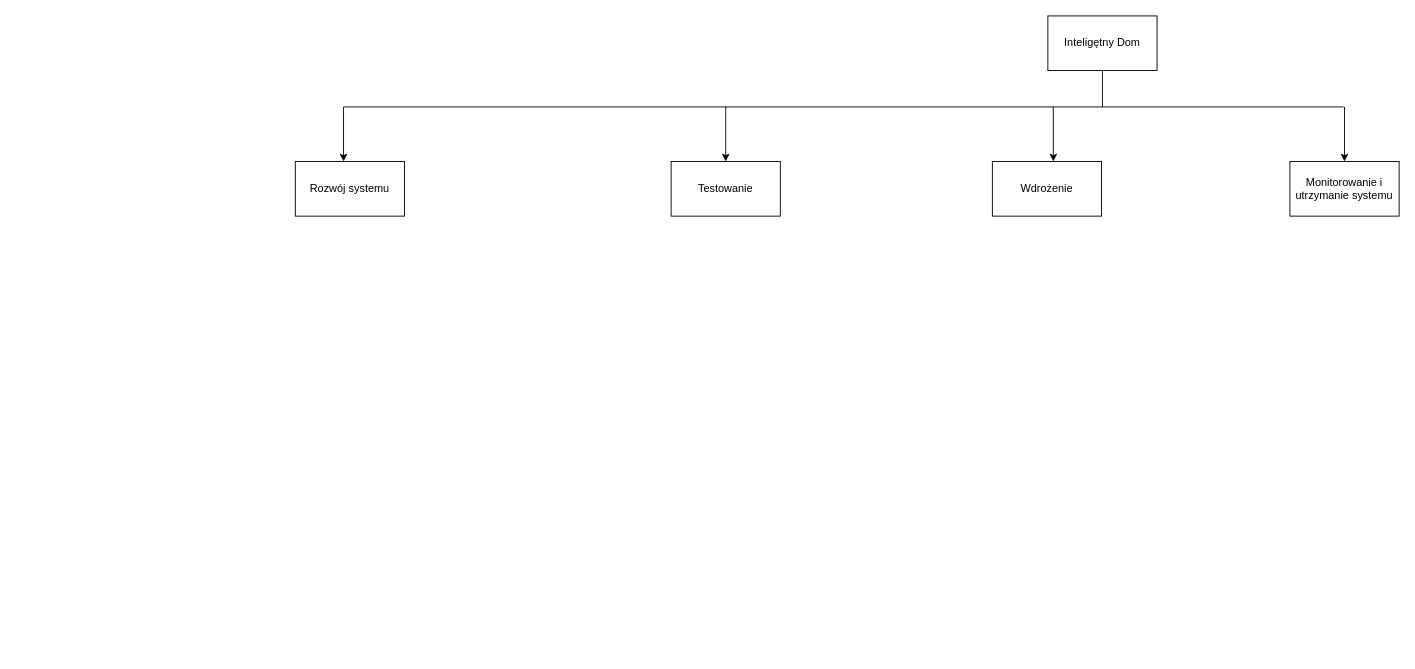
Above: Diagram bez tytułu.drawio in julian428/wbs (draw.io), before the change. Source tidied: cells renumbered, new cells numbered last; positions are measured from the earlier drawing's top-left corner, leaving out a move shared by most shapes. Both pictures are drawn from the tidied source at 91%, with x=0, y=0 at pixel (295, 15).
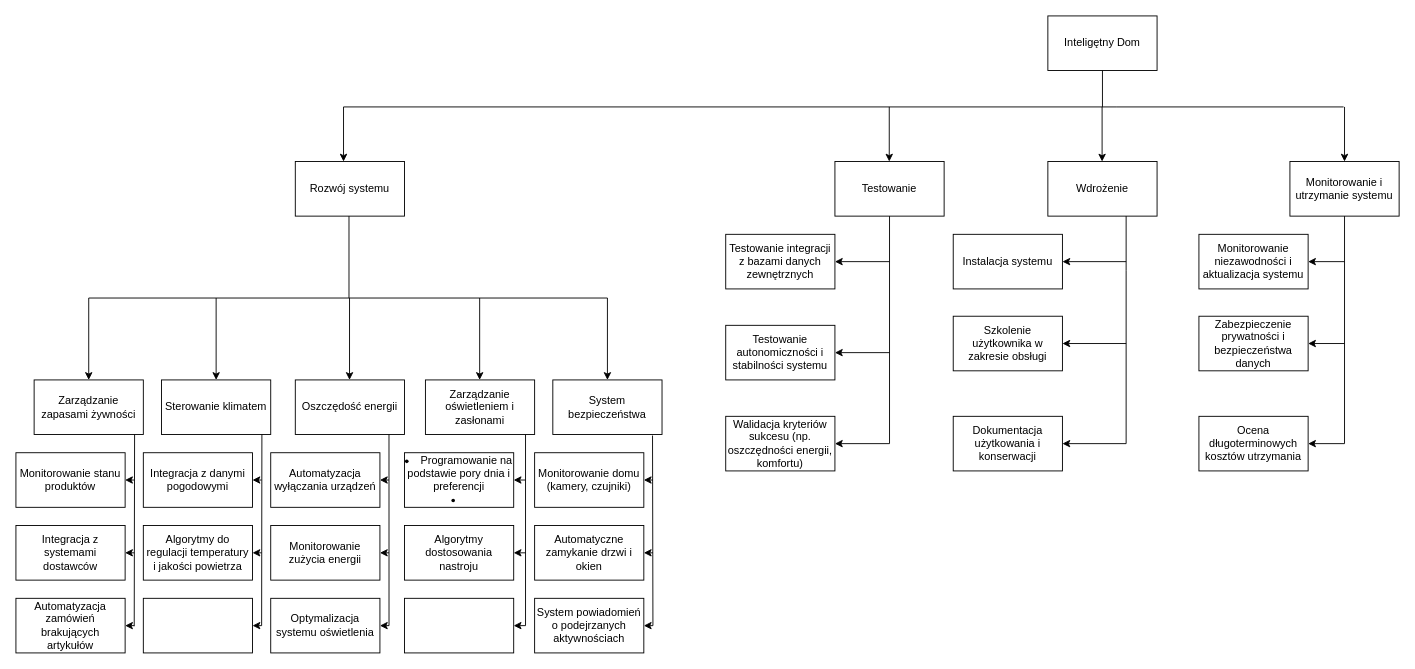
Above is the later version.

Unchanged cells that the change refers to:
```xml
<mxCell id="12" value="Monitorowanie i utrzymanie systemu" style="rounded=0;whiteSpace=wrap;html=1;" parent="1" vertex="1">
  <mxGeometry x="1093" y="160" width="120" height="60" as="geometry" />
</mxCell>
```

The edit, as a diff of the source:
```diff
@@
     <mxCell id="6" style="endArrow=classic;html=1;rounded=0;" parent="1" edge="1">
       <mxGeometry relative="1" as="geometry">
-        <mxPoint x="473" y="100" as="sourcePoint" />
-        <mxPoint x="473" y="160" as="targetPoint" />
+        <mxPoint x="652.7" y="100" as="sourcePoint" />
+        <mxPoint x="652.7" y="160" as="targetPoint" />
       </mxGeometry>
     </mxCell>
     <mxCell id="7" style="endArrow=classic;html=1;rounded=0;" parent="1" edge="1">
       <mxGeometry relative="1" as="geometry">
-        <mxPoint x="833" y="100" as="sourcePoint" />
-        <mxPoint x="833" y="160" as="targetPoint" />
+        <mxPoint x="886.6" y="100" as="sourcePoint" />
+        <mxPoint x="886.6" y="160" as="targetPoint" />
       </mxGeometry>
     </mxCell>
@@
     <mxCell id="10" value="Testowanie" style="rounded=0;whiteSpace=wrap;html=1;" parent="1" vertex="1">
-      <mxGeometry x="413" y="160" width="120" height="60" as="geometry" />
+      <mxGeometry x="593" y="160" width="120" height="60" as="geometry" />
     </mxCell>
     <mxCell id="11" value="Wdrożenie" style="rounded=0;whiteSpace=wrap;html=1;" parent="1" vertex="1">
-      <mxGeometry x="766" y="160" width="120" height="60" as="geometry" />
+      <mxGeometry x="827" y="160" width="120" height="60" as="geometry" />
     </mxCell>
@@
+    <mxCell id="13" style="endArrow=none;html=1;rounded=0;" parent="1" edge="1">
+      <mxGeometry relative="1" as="geometry">
+        <mxPoint x="59" y="310" as="sourcePoint" />
+        <mxPoint x="59" y="220" as="targetPoint" />
+      </mxGeometry>
+    </mxCell>
+    <mxCell id="14" style="endArrow=none;html=1;rounded=0;" parent="1" edge="1">
+      <mxGeometry relative="1" as="geometry">
+        <mxPoint x="-227" y="310" as="sourcePoint" />
+        <mxPoint x="343" y="310" as="targetPoint" />
+      </mxGeometry>
+    </mxCell>
+    <mxCell id="15" style="endArrow=classic;html=1;rounded=0;" parent="1" edge="1">
+      <mxGeometry relative="1" as="geometry">
+        <mxPoint x="-227" y="310" as="sourcePoint" />
+        <mxPoint x="-227" y="400" as="targetPoint" />
+      </mxGeometry>
+    </mxCell>
+    <mxCell id="16" style="endArrow=classic;html=1;rounded=0;" parent="1" edge="1">
+      <mxGeometry relative="1" as="geometry">
+        <mxPoint x="343" y="310" as="sourcePoint" />
+        <mxPoint x="343" y="400" as="targetPoint" />
+      </mxGeometry>
+    </mxCell>
+    <mxCell id="17" style="endArrow=classic;html=1;rounded=0;" parent="1" edge="1">
+      <mxGeometry relative="1" as="geometry">
+        <mxPoint x="-87" y="310" as="sourcePoint" />
+        <mxPoint x="-87" y="400" as="targetPoint" />
+      </mxGeometry>
+    </mxCell>
+    <mxCell id="18" style="endArrow=classic;html=1;rounded=0;" parent="1" edge="1">
+      <mxGeometry relative="1" as="geometry">
+        <mxPoint x="202.6" y="310" as="sourcePoint" />
+        <mxPoint x="202.6" y="400" as="targetPoint" />
+      </mxGeometry>
+    </mxCell>
+    <mxCell id="19" style="endArrow=classic;html=1;rounded=0;" parent="1" edge="1">
+      <mxGeometry relative="1" as="geometry">
+        <mxPoint x="59.6" y="310" as="sourcePoint" />
+        <mxPoint x="59.6" y="400" as="targetPoint" />
+      </mxGeometry>
+    </mxCell>
+    <mxCell id="20" value="Zarządzanie zapasami żywności" style="rounded=0;whiteSpace=wrap;html=1;" parent="1" vertex="1">
+      <mxGeometry x="-287" y="400" width="120" height="60" as="geometry" />
+    </mxCell>
+    <mxCell id="21" value="Sterowanie klimatem" style="rounded=0;whiteSpace=wrap;html=1;" parent="1" vertex="1">
+      <mxGeometry x="-147" y="400" width="120" height="60" as="geometry" />
+    </mxCell>
+    <mxCell id="22" value="Oszczędość energii" style="rounded=0;whiteSpace=wrap;html=1;" parent="1" vertex="1">
+      <mxGeometry y="400" width="120" height="60" as="geometry" />
+    </mxCell>
+    <mxCell id="23" value="Zarządzanie oświetleniem i zasłonami" style="rounded=0;whiteSpace=wrap;html=1;" parent="1" vertex="1">
+      <mxGeometry x="143" y="400" width="120" height="60" as="geometry" />
+    </mxCell>
+    <mxCell id="24" value="System bezpieczeństwa" style="rounded=0;whiteSpace=wrap;html=1;" parent="1" vertex="1">
+      <mxGeometry x="283" y="400" width="120" height="60" as="geometry" />
+    </mxCell>
+    <mxCell id="25" style="endArrow=none;html=1;rounded=0;entryX=0.5;entryY=1;entryDx=0;entryDy=0;" parent="1" edge="1" target="10">
+      <mxGeometry relative="1" as="geometry">
+        <mxPoint x="653" y="470" as="sourcePoint" />
+      </mxGeometry>
+    </mxCell>
+    <mxCell id="26" value="Testowanie integracji z bazami danych zewnętrznych" style="rounded=0;whiteSpace=wrap;html=1;" parent="1" vertex="1">
+      <mxGeometry x="473" y="240" width="120" height="60" as="geometry" />
+    </mxCell>
+    <mxCell id="27" value="Testowanie autonomiczności i stabilności systemu" style="rounded=0;whiteSpace=wrap;html=1;" parent="1" vertex="1">
+      <mxGeometry x="473" y="340" width="120" height="60" as="geometry" />
+    </mxCell>
+    <mxCell id="28" value="Walidacja kryteriów sukcesu (np. oszczędności energii, komfortu)" style="rounded=0;whiteSpace=wrap;html=1;" parent="1" vertex="1">
+      <mxGeometry x="473" y="440" width="120" height="60" as="geometry" />
+    </mxCell>
+    <mxCell id="29" style="endArrow=classic;html=1;rounded=0;entryX=1;entryY=0.5;entryDx=0;entryDy=0;" parent="1" edge="1" target="26">
+      <mxGeometry relative="1" as="geometry">
+        <mxPoint x="653" y="270" as="sourcePoint" />
+      </mxGeometry>
+    </mxCell>
+    <mxCell id="30" style="endArrow=classic;html=1;rounded=0;entryX=1;entryY=0.5;entryDx=0;entryDy=0;" parent="1" edge="1" target="27">
+      <mxGeometry relative="1" as="geometry">
+        <mxPoint x="653" y="370" as="sourcePoint" />
+      </mxGeometry>
+    </mxCell>
+    <mxCell id="31" style="endArrow=classic;html=1;rounded=0;entryX=1;entryY=0.5;entryDx=0;entryDy=0;" parent="1" edge="1" target="28">
+      <mxGeometry relative="1" as="geometry">
+        <mxPoint x="653" y="470" as="sourcePoint" />
+      </mxGeometry>
+    </mxCell>
+    <mxCell id="32" style="endArrow=none;html=1;rounded=0;entryX=0.5;entryY=1;entryDx=0;entryDy=0;" parent="1" edge="1">
+      <mxGeometry relative="1" as="geometry">
+        <mxPoint x="913" y="470" as="sourcePoint" />
+        <mxPoint x="913" y="220" as="targetPoint" />
+        <Array as="points">
+          <mxPoint x="913" y="280" />
+        </Array>
+      </mxGeometry>
+    </mxCell>
+    <mxCell id="33" value="Instalacja systemu" style="rounded=0;whiteSpace=wrap;html=1;" parent="1" vertex="1">
+      <mxGeometry x="723" y="240" width="120" height="60" as="geometry" />
+    </mxCell>
+    <mxCell id="34" value="Szkolenie użytkownika w zakresie obsługi" style="rounded=0;whiteSpace=wrap;html=1;" parent="1" vertex="1">
+      <mxGeometry x="723" y="330" width="120" height="60" as="geometry" />
+    </mxCell>
+    <mxCell id="35" value="Dokumentacja użytkowania i konserwacji" style="rounded=0;whiteSpace=wrap;html=1;" parent="1" vertex="1">
+      <mxGeometry x="723" y="440" width="120" height="60" as="geometry" />
+    </mxCell>
+    <mxCell id="36" style="endArrow=classic;html=1;rounded=0;entryX=1;entryY=0.5;entryDx=0;entryDy=0;" parent="1" edge="1" target="33">
+      <mxGeometry relative="1" as="geometry">
+        <mxPoint x="913" y="270" as="sourcePoint" />
+      </mxGeometry>
+    </mxCell>
+    <mxCell id="37" style="endArrow=classic;html=1;rounded=0;entryX=1;entryY=0.5;entryDx=0;entryDy=0;" parent="1" edge="1" target="34">
+      <mxGeometry relative="1" as="geometry">
+        <mxPoint x="913" y="360" as="sourcePoint" />
+      </mxGeometry>
+    </mxCell>
+    <mxCell id="38" style="endArrow=classic;html=1;rounded=0;entryX=1;entryY=0.5;entryDx=0;entryDy=0;" parent="1" edge="1" target="35">
+      <mxGeometry relative="1" as="geometry">
+        <mxPoint x="913" y="470" as="sourcePoint" />
+      </mxGeometry>
+    </mxCell>
+    <mxCell id="39" value="Monitorowanie niezawodności i aktualizacja systemu" style="rounded=0;whiteSpace=wrap;html=1;" parent="1" vertex="1">
+      <mxGeometry x="993" y="240" width="120" height="60" as="geometry" />
+    </mxCell>
+    <mxCell id="40" style="endArrow=none;html=1;rounded=0;exitX=0.5;exitY=1;exitDx=0;exitDy=0;" parent="1" edge="1" source="12">
+      <mxGeometry relative="1" as="geometry">
+        <mxPoint x="1153" y="470" as="targetPoint" />
+      </mxGeometry>
+    </mxCell>
+    <mxCell id="41" value="Zabezpieczenie prywatności i bezpieczeństwa danych" style="rounded=0;whiteSpace=wrap;html=1;" parent="1" vertex="1">
+      <mxGeometry x="993" y="330" width="120" height="60" as="geometry" />
+    </mxCell>
+    <mxCell id="42" value="Ocena długoterminowych kosztów utrzymania" style="rounded=0;whiteSpace=wrap;html=1;" parent="1" vertex="1">
+      <mxGeometry x="993" y="440" width="120" height="60" as="geometry" />
+    </mxCell>
+    <mxCell id="43" style="endArrow=classic;html=1;rounded=0;entryX=1;entryY=0.5;entryDx=0;entryDy=0;" parent="1" edge="1" target="39">
+      <mxGeometry relative="1" as="geometry">
+        <mxPoint x="1153" y="270" as="sourcePoint" />
+      </mxGeometry>
+    </mxCell>
+    <mxCell id="44" style="endArrow=classic;html=1;rounded=0;entryX=1;entryY=0.5;entryDx=0;entryDy=0;" parent="1" edge="1" target="41">
+      <mxGeometry relative="1" as="geometry">
+        <mxPoint x="1153" y="360" as="sourcePoint" />
+      </mxGeometry>
+    </mxCell>
+    <mxCell id="45" style="endArrow=classic;html=1;rounded=0;entryX=1;entryY=0.5;entryDx=0;entryDy=0;" parent="1" edge="1" target="42">
+      <mxGeometry relative="1" as="geometry">
+        <mxPoint x="1153" y="470" as="sourcePoint" />
+      </mxGeometry>
+    </mxCell>
+    <mxCell id="46" value="Monitorowanie stanu produktów" style="rounded=0;whiteSpace=wrap;html=1;" parent="1" vertex="1">
+      <mxGeometry x="-307" y="480" width="120" height="60" as="geometry" />
+    </mxCell>
+    <mxCell id="47" value="Integracja z danymi pogodowymi" style="rounded=0;whiteSpace=wrap;html=1;" parent="1" vertex="1">
+      <mxGeometry x="-167" y="480" width="120" height="60" as="geometry" />
+    </mxCell>
+    <mxCell id="48" value="Automatyzacja wyłączania urządzeń" style="rounded=0;whiteSpace=wrap;html=1;" parent="1" vertex="1">
+      <mxGeometry x="-27" y="480" width="120" height="60" as="geometry" />
+    </mxCell>
+    <mxCell id="49" value="&lt;li&gt;Programowanie na podstawie pory dnia i preferencji&lt;/li&gt;&lt;li&gt;&lt;/li&gt;" style="rounded=0;whiteSpace=wrap;html=1;" parent="1" vertex="1">
+      <mxGeometry x="120" y="480" width="120" height="60" as="geometry" />
+    </mxCell>
+    <mxCell id="50" value="Monitorowanie domu (kamery, czujniki)" style="rounded=0;whiteSpace=wrap;html=1;" parent="1" vertex="1">
+      <mxGeometry x="263" y="480" width="120" height="60" as="geometry" />
+    </mxCell>
+    <mxCell id="51" value="Integracja z systemami dostawców" style="rounded=0;whiteSpace=wrap;html=1;" parent="1" vertex="1">
+      <mxGeometry x="-307" y="560" width="120" height="60" as="geometry" />
+    </mxCell>
+    <mxCell id="52" value="Automatyzacja zamówień brakujących artykułów" style="rounded=0;whiteSpace=wrap;html=1;" parent="1" vertex="1">
+      <mxGeometry x="-307" y="640" width="120" height="60" as="geometry" />
+    </mxCell>
+    <mxCell id="53" value="Algorytmy do regulacji temperatury i jakości powietrza" style="rounded=0;whiteSpace=wrap;html=1;" parent="1" vertex="1">
+      <mxGeometry x="-167" y="560" width="120" height="60" as="geometry" />
+    </mxCell>
+    <mxCell id="54" style="rounded=0;whiteSpace=wrap;html=1;" parent="1" vertex="1">
+      <mxGeometry x="-167" y="640" width="120" height="60" as="geometry" />
+    </mxCell>
+    <mxCell id="55" value="Monitorowanie zużycia energii" style="rounded=0;whiteSpace=wrap;html=1;" parent="1" vertex="1">
+      <mxGeometry x="-27" y="560" width="120" height="60" as="geometry" />
+    </mxCell>
+    <mxCell id="56" value="Optymalizacja systemu oświetlenia" style="rounded=0;whiteSpace=wrap;html=1;" parent="1" vertex="1">
+      <mxGeometry x="-27" y="640" width="120" height="60" as="geometry" />
+    </mxCell>
+    <mxCell id="57" value="Algorytmy dostosowania nastroju" style="rounded=0;whiteSpace=wrap;html=1;" parent="1" vertex="1">
+      <mxGeometry x="120" y="560" width="120" height="60" as="geometry" />
+    </mxCell>
+    <mxCell id="58" style="rounded=0;whiteSpace=wrap;html=1;" parent="1" vertex="1">
+      <mxGeometry x="120" y="640" width="120" height="60" as="geometry" />
+    </mxCell>
+    <mxCell id="59" value="Automatyczne zamykanie drzwi i okien" style="rounded=0;whiteSpace=wrap;html=1;" parent="1" vertex="1">
+      <mxGeometry x="263" y="560" width="120" height="60" as="geometry" />
+    </mxCell>
+    <mxCell id="60" value="System powiadomień o podejrzanych aktywnościach" style="rounded=0;whiteSpace=wrap;html=1;" parent="1" vertex="1">
+      <mxGeometry x="263" y="640" width="120" height="60" as="geometry" />
+    </mxCell>
+    <mxCell id="61" style="endArrow=none;html=1;rounded=0;entryX=0.953;entryY=0.989;entryDx=0;entryDy=0;entryPerimeter=0;" parent="1" edge="1">
+      <mxGeometry relative="1" as="geometry">
+        <mxPoint x="-177" y="670.7" as="sourcePoint" />
+        <mxPoint x="-176.6" y="460" as="targetPoint" />
+      </mxGeometry>
+    </mxCell>
+    <mxCell id="62" style="endArrow=none;html=1;rounded=0;entryX=0.944;entryY=1.025;entryDx=0;entryDy=0;entryPerimeter=0;" parent="1" edge="1">
+      <mxGeometry relative="1" as="geometry">
+        <mxPoint x="-37" y="670" as="sourcePoint" />
+        <mxPoint x="-36.7" y="460" as="targetPoint" />
+      </mxGeometry>
+    </mxCell>
+    <mxCell id="63" style="endArrow=none;html=1;rounded=0;entryX=0.858;entryY=1;entryDx=0;entryDy=0;entryPerimeter=0;" parent="1" edge="1" target="22">
+      <mxGeometry relative="1" as="geometry">
+        <mxPoint x="103" y="670" as="sourcePoint" />
+      </mxGeometry>
+    </mxCell>
+    <mxCell id="64" style="endArrow=none;html=1;rounded=0;entryX=0.957;entryY=1.008;entryDx=0;entryDy=0;entryPerimeter=0;" parent="1" edge="1">
+      <mxGeometry relative="1" as="geometry">
+        <mxPoint x="253" y="670" as="sourcePoint" />
+        <mxPoint x="253" y="460" as="targetPoint" />
+      </mxGeometry>
+    </mxCell>
+    <mxCell id="65" style="endArrow=none;html=1;rounded=0;entryX=0.913;entryY=1.019;entryDx=0;entryDy=0;entryPerimeter=0;" parent="1" edge="1" target="24">
+      <mxGeometry relative="1" as="geometry">
+        <mxPoint x="393" y="670" as="sourcePoint" />
+      </mxGeometry>
+    </mxCell>
+    <mxCell id="66" style="endArrow=classic;html=1;rounded=0;entryX=1;entryY=0.5;entryDx=0;entryDy=0;" parent="1" edge="1" target="46">
+      <mxGeometry relative="1" as="geometry">
+        <mxPoint x="-177" y="510" as="sourcePoint" />
+      </mxGeometry>
+    </mxCell>
+    <mxCell id="67" style="endArrow=classic;html=1;rounded=0;entryX=1;entryY=0.5;entryDx=0;entryDy=0;" parent="1" edge="1" target="51">
+      <mxGeometry relative="1" as="geometry">
+        <mxPoint x="-177" y="590" as="sourcePoint" />
+      </mxGeometry>
+    </mxCell>
+    <mxCell id="68" style="endArrow=classic;html=1;rounded=0;entryX=1;entryY=0.5;entryDx=0;entryDy=0;" parent="1" edge="1" target="52">
+      <mxGeometry relative="1" as="geometry">
+        <mxPoint x="-177" y="670" as="sourcePoint" />
+      </mxGeometry>
+    </mxCell>
+    <mxCell id="69" style="endArrow=classic;html=1;rounded=0;entryX=1;entryY=0.5;entryDx=0;entryDy=0;" parent="1" edge="1" target="47">
+      <mxGeometry relative="1" as="geometry">
+        <mxPoint x="-37" y="510" as="sourcePoint" />
+      </mxGeometry>
+    </mxCell>
+    <mxCell id="70" style="endArrow=classic;html=1;rounded=0;entryX=1;entryY=0.5;entryDx=0;entryDy=0;" parent="1" edge="1" target="53">
+      <mxGeometry relative="1" as="geometry">
+        <mxPoint x="-37" y="590" as="sourcePoint" />
+      </mxGeometry>
+    </mxCell>
+    <mxCell id="71" style="endArrow=classic;html=1;rounded=0;entryX=1;entryY=0.5;entryDx=0;entryDy=0;" parent="1" edge="1" target="54">
+      <mxGeometry relative="1" as="geometry">
+        <mxPoint x="-37" y="670" as="sourcePoint" />
+      </mxGeometry>
+    </mxCell>
+    <mxCell id="72" style="endArrow=classic;html=1;rounded=0;entryX=1;entryY=0.5;entryDx=0;entryDy=0;" parent="1" edge="1" target="48">
+      <mxGeometry relative="1" as="geometry">
+        <mxPoint x="103" y="510" as="sourcePoint" />
+      </mxGeometry>
+    </mxCell>
+    <mxCell id="73" style="endArrow=classic;html=1;rounded=0;entryX=1;entryY=0.5;entryDx=0;entryDy=0;" parent="1" edge="1" target="55">
+      <mxGeometry relative="1" as="geometry">
+        <mxPoint x="103" y="590" as="sourcePoint" />
+      </mxGeometry>
+    </mxCell>
+    <mxCell id="74" style="endArrow=classic;html=1;rounded=0;entryX=1;entryY=0.5;entryDx=0;entryDy=0;" parent="1" edge="1" target="56">
+      <mxGeometry relative="1" as="geometry">
+        <mxPoint x="103" y="670" as="sourcePoint" />
+      </mxGeometry>
+    </mxCell>
+    <mxCell id="75" style="endArrow=classic;html=1;rounded=0;entryX=1;entryY=0.5;entryDx=0;entryDy=0;" parent="1" edge="1" target="49">
+      <mxGeometry relative="1" as="geometry">
+        <mxPoint x="253" y="510" as="sourcePoint" />
+      </mxGeometry>
+    </mxCell>
+    <mxCell id="76" style="endArrow=classic;html=1;rounded=0;entryX=1;entryY=0.5;entryDx=0;entryDy=0;" parent="1" edge="1" target="57">
+      <mxGeometry relative="1" as="geometry">
+        <mxPoint x="253" y="590" as="sourcePoint" />
+      </mxGeometry>
+    </mxCell>
+    <mxCell id="77" style="endArrow=classic;html=1;rounded=0;entryX=1;entryY=0.5;entryDx=0;entryDy=0;" parent="1" edge="1" target="58">
+      <mxGeometry relative="1" as="geometry">
+        <mxPoint x="253" y="670" as="sourcePoint" />
+      </mxGeometry>
+    </mxCell>
+    <mxCell id="78" style="endArrow=classic;html=1;rounded=0;entryX=1;entryY=0.5;entryDx=0;entryDy=0;" parent="1" edge="1" target="50">
+      <mxGeometry relative="1" as="geometry">
+        <mxPoint x="393" y="510" as="sourcePoint" />
+      </mxGeometry>
+    </mxCell>
+    <mxCell id="79" style="endArrow=classic;html=1;rounded=0;entryX=1;entryY=0.5;entryDx=0;entryDy=0;" parent="1" edge="1" target="59">
+      <mxGeometry relative="1" as="geometry">
+        <mxPoint x="393" y="590" as="sourcePoint" />
+      </mxGeometry>
+    </mxCell>
+    <mxCell id="80" style="endArrow=classic;html=1;rounded=0;entryX=1;entryY=0.5;entryDx=0;entryDy=0;" parent="1" edge="1" target="60">
+      <mxGeometry relative="1" as="geometry">
+        <mxPoint x="393" y="670" as="sourcePoint" />
+      </mxGeometry>
+    </mxCell>
```
